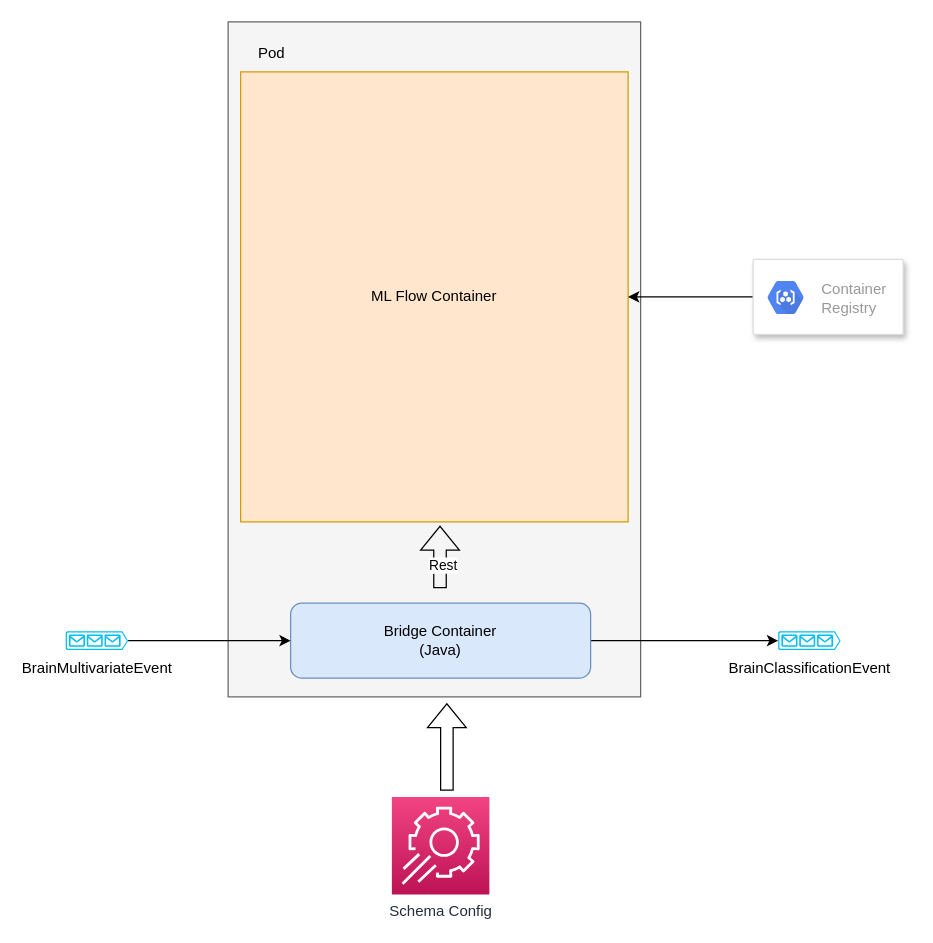
brain-os/brain-proto keeps this draw.io diagram as page "Expression Engine" (4 of 9) of docs/diagram/ml.drawio. Above is the earlier version. Source tidied: cells renumbered, new cells numbered last; positions are measured from the earlier drawing's top-left corner, leaving out a move shared by most shapes. Both pictures are drawn from the tidied source at 125%, with x=0, y=0 at pixel (65, 21).
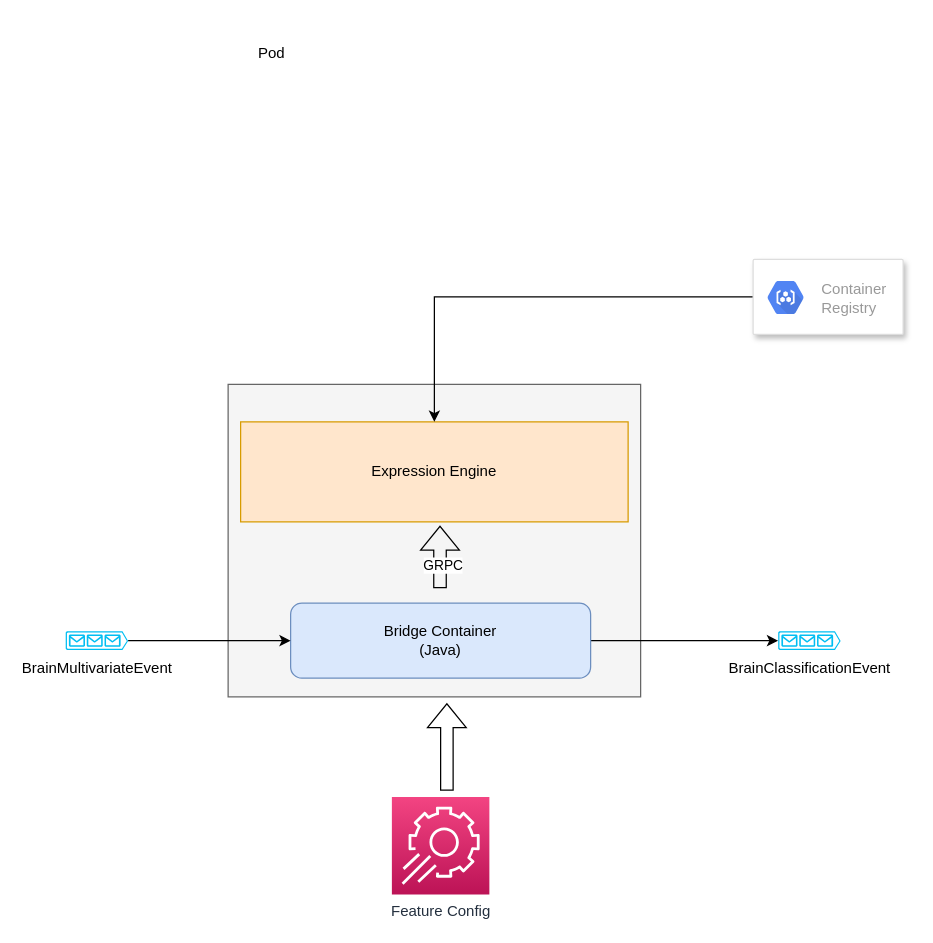
The same page after the edit.

Change to the diagram source:
```diff
@@
 <mxGraphModel>
   <root>
     <mxCell id="0" />
     <mxCell id="1" parent="0" />
     <mxCell id="2" style="rounded=0;whiteSpace=wrap;html=1;fillColor=#f5f5f5;fontColor=#333333;strokeColor=#666666;" parent="1" vertex="1">
-      <mxGeometry x="130" width="330" height="540" as="geometry" />
+      <mxGeometry x="130" y="290" width="330" height="250" as="geometry" />
     </mxCell>
     <mxCell id="3" style="edgeStyle=orthogonalEdgeStyle;rounded=0;jettySize=auto;html=1;entryX=0;entryY=0.5;entryDx=0;entryDy=0;entryPerimeter=0;" parent="1" edge="1" source="4" target="7">
       <mxGeometry relative="1" as="geometry" />
     </mxCell>
     <mxCell id="4" value="Bridge Container&lt;br&gt;(Java)" style="rounded=1;whiteSpace=wrap;html=1;fillColor=#dae8fc;strokeColor=#6c8ebf;" parent="1" vertex="1">
       <mxGeometry x="180" y="465" width="240" height="60" as="geometry" />
     </mxCell>
     <mxCell id="5" style="edgeStyle=orthogonalEdgeStyle;rounded=0;jettySize=auto;html=1;" parent="1" edge="1" source="6" target="4">
       <mxGeometry relative="1" as="geometry" />
     </mxCell>
     <mxCell id="6" value="BrainMultivariateEvent" style="verticalLabelPosition=bottom;html=1;verticalAlign=top;align=center;strokeColor=none;fillColor=#00BEF2;shape=mxgraph.azure.queue_generic;" parent="1" vertex="1">
       <mxGeometry y="487.5" width="50" height="15" as="geometry" />
     </mxCell>
     <mxCell id="7" value="BrainClassificationEvent" style="verticalLabelPosition=bottom;html=1;verticalAlign=top;align=center;strokeColor=none;fillColor=#00BEF2;shape=mxgraph.azure.queue_generic;" parent="1" vertex="1">
       <mxGeometry x="570" y="487.5" width="50" height="15" as="geometry" />
     </mxCell>
-    <mxCell id="8" value="Schema Config" style="sketch=0;fontColor=#232F3E;gradientColor=#F34482;gradientDirection=north;fillColor=#BC1356;strokeColor=#ffffff;dashed=0;verticalLabelPosition=bottom;verticalAlign=top;align=center;html=1;fontSize=12;fontStyle=0;shape=mxgraph.aws4.resourceIcon;resIcon=mxgraph.aws4.app_config;" parent="1" vertex="1">
+    <mxCell id="8" value="Feature Config" style="sketch=0;fontColor=#232F3E;gradientColor=#F34482;gradientDirection=north;fillColor=#BC1356;strokeColor=#ffffff;dashed=0;verticalLabelPosition=bottom;verticalAlign=top;align=center;html=1;fontSize=12;fontStyle=0;shape=mxgraph.aws4.resourceIcon;resIcon=mxgraph.aws4.app_config;" parent="1" vertex="1">
       <mxGeometry x="261" y="620" width="78" height="78" as="geometry" />
     </mxCell>
     <mxCell id="9" style="shape=flexArrow;endArrow=classic;html=1;rounded=0;" parent="1" edge="1">
       <mxGeometry relative="1" as="geometry">
         <mxPoint x="305" y="615" as="sourcePoint" />
         <mxPoint x="305" y="545" as="targetPoint" />
       </mxGeometry>
     </mxCell>
     <mxCell id="10" style="shape=flexArrow;endArrow=classic;html=1;rounded=0;" parent="1" edge="1">
       <mxGeometry relative="1" as="geometry">
         <mxPoint x="299.5" y="453" as="sourcePoint" />
         <mxPoint x="299.5" y="403" as="targetPoint" />
       </mxGeometry>
     </mxCell>
-    <mxCell id="11" value="Rest" style="edgeLabel;html=1;align=center;verticalAlign=middle;" parent="10" vertex="1">
+    <mxCell id="11" value="GRPC" style="edgeLabel;html=1;align=center;verticalAlign=middle;" parent="10" vertex="1">
       <mxGeometry x="-0.24" y="-2" relative="1" as="geometry" />
     </mxCell>
     <mxCell id="12" value="Pod" style="text;html=1;strokeColor=none;fillColor=none;align=center;verticalAlign=middle;whiteSpace=wrap;rounded=0;" parent="1" vertex="1">
       <mxGeometry x="135" y="10" width="60" height="30" as="geometry" />
     </mxCell>
-    <mxCell id="13" value="ML Flow Container" style="rounded=0;whiteSpace=wrap;html=1;fillColor=#ffe6cc;strokeColor=#d79b00;" parent="1" vertex="1">
-      <mxGeometry x="140" y="40" width="310" height="360" as="geometry" />
+    <mxCell id="13" value="Expression Engine" style="rounded=0;whiteSpace=wrap;html=1;fillColor=#ffe6cc;strokeColor=#d79b00;" parent="1" vertex="1">
+      <mxGeometry x="140" y="320" width="310" height="80" as="geometry" />
     </mxCell>
     <mxCell id="14" style="edgeStyle=orthogonalEdgeStyle;rounded=0;jettySize=auto;html=1;fontSize=21;" parent="1" edge="1" source="15" target="13">
       <mxGeometry relative="1" as="geometry" />
     </mxCell>
     <mxCell id="15" style="strokeColor=#dddddd;shadow=1;strokeWidth=1;rounded=1;absoluteArcSize=1;arcSize=2;fontSize=21;" parent="1" vertex="1">
       <mxGeometry x="550" y="190" width="120" height="60" as="geometry" />
     </mxCell>
     <mxCell id="16" value="Container&#10;Registry" style="sketch=0;dashed=0;html=1;fillColor=#5184F3;strokeColor=none;shape=mxgraph.gcp2.hexIcon;prIcon=container_registry;labelPosition=right;verticalLabelPosition=middle;align=left;verticalAlign=middle;spacingLeft=5;fontColor=#999999;fontSize=12;" parent="15" vertex="1">
       <mxGeometry y="0.5" width="44" height="39" relative="1" as="geometry">
         <mxPoint x="4" y="-19" as="offset" />
       </mxGeometry>
     </mxCell>
   </root>
 </mxGraphModel>
```
